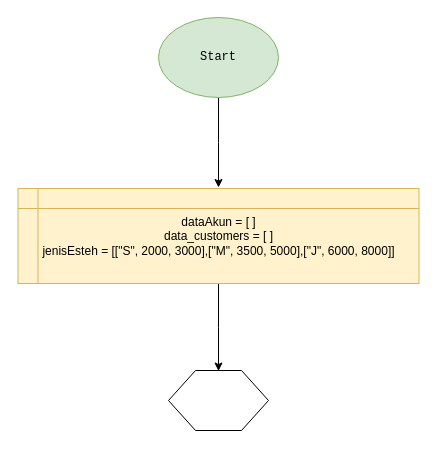
Above: Post-Test/Post-Test-5/Untitled Diagram.drawio in ridhoSetia/Praktikum-APD (draw.io), before the change. Source tidied: cells renumbered, new cells numbered last; positions are measured from the earlier drawing's top-left corner, leaving out a move shared by most shapes. Both pictures are drawn from the tidied source at 100%, with x=0, y=0 at pixel (18, 17).
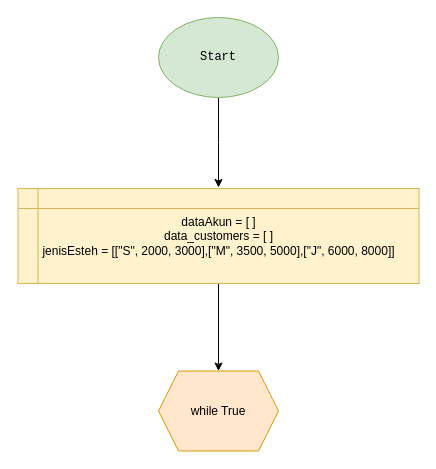
After the change.

Diff of the diagram source:
```diff
@@
 <mxGraphModel>
   <root>
     <mxCell id="0" />
     <mxCell id="1" parent="0" />
     <mxCell id="2" style="edgeStyle=orthogonalEdgeStyle;rounded=0;jettySize=auto;html=1;" parent="1" edge="1" source="3">
       <mxGeometry relative="1" as="geometry">
         <mxPoint x="200" y="170" as="targetPoint" />
       </mxGeometry>
     </mxCell>
     <mxCell id="3" value="&lt;font&gt;Start&lt;/font&gt;" style="ellipse;whiteSpace=wrap;html=1;fontFamily=Courier New;fillColor=#d5e8d4;strokeColor=#82b366;" parent="1" vertex="1">
       <mxGeometry x="140" width="120" height="80" as="geometry" />
     </mxCell>
-    <mxCell id="4" style="edgeStyle=orthogonalEdgeStyle;rounded=0;jettySize=auto;html=1;" parent="1" edge="1" source="5">
-      <mxGeometry relative="1" as="geometry">
-        <mxPoint x="200" y="353.5" as="targetPoint" />
-      </mxGeometry>
-    </mxCell>
+    <mxCell id="7" style="edgeStyle=orthogonalEdgeStyle;rounded=0;jettySize=auto;html=1;fontFamily=Helvetica;fontSize=12;fontColor=default;" parent="1" edge="1" source="5" target="8">
+      <mxGeometry relative="1" as="geometry" />
+    </mxCell>
     <mxCell id="5" value="&lt;div&gt;dataAkun = [ ]&lt;/div&gt;&lt;div&gt;&lt;span style=&quot;background-color: initial;&quot;&gt;data_customers = [ ]&lt;/span&gt;&lt;br&gt;&lt;/div&gt;&lt;div&gt;&lt;span style=&quot;background-color: initial;&quot;&gt;jenisEsteh = [[&quot;S&quot;, 2000, 3000],[&quot;M&quot;, 3500, 5000],[&quot;J&quot;, 6000, 8000]]&lt;/span&gt;&lt;br&gt;&lt;/div&gt;" style="shape=internalStorage;whiteSpace=wrap;html=1;backgroundOutline=1;fillColor=#fff2cc;strokeColor=#d6b656;" parent="1" vertex="1">
       <mxGeometry x="-0.5" y="171" width="401" height="95" as="geometry" />
     </mxCell>
-    <mxCell id="6" style="verticalLabelPosition=bottom;verticalAlign=top;html=1;shape=hexagon;perimeter=hexagonPerimeter2;arcSize=6;size=0.27;" parent="1" vertex="1">
-      <mxGeometry x="150" y="353" width="100" height="60" as="geometry" />
-    </mxCell>
+    <mxCell id="8" value="while True" style="shape=hexagon;perimeter=hexagonPerimeter2;whiteSpace=wrap;html=1;fixedSize=1;fillColor=#ffe6cc;strokeColor=#d79b00;" parent="1" vertex="1">
+      <mxGeometry x="140" y="353.5" width="120" height="80" as="geometry" />
+    </mxCell>
   </root>
 </mxGraphModel>
```
